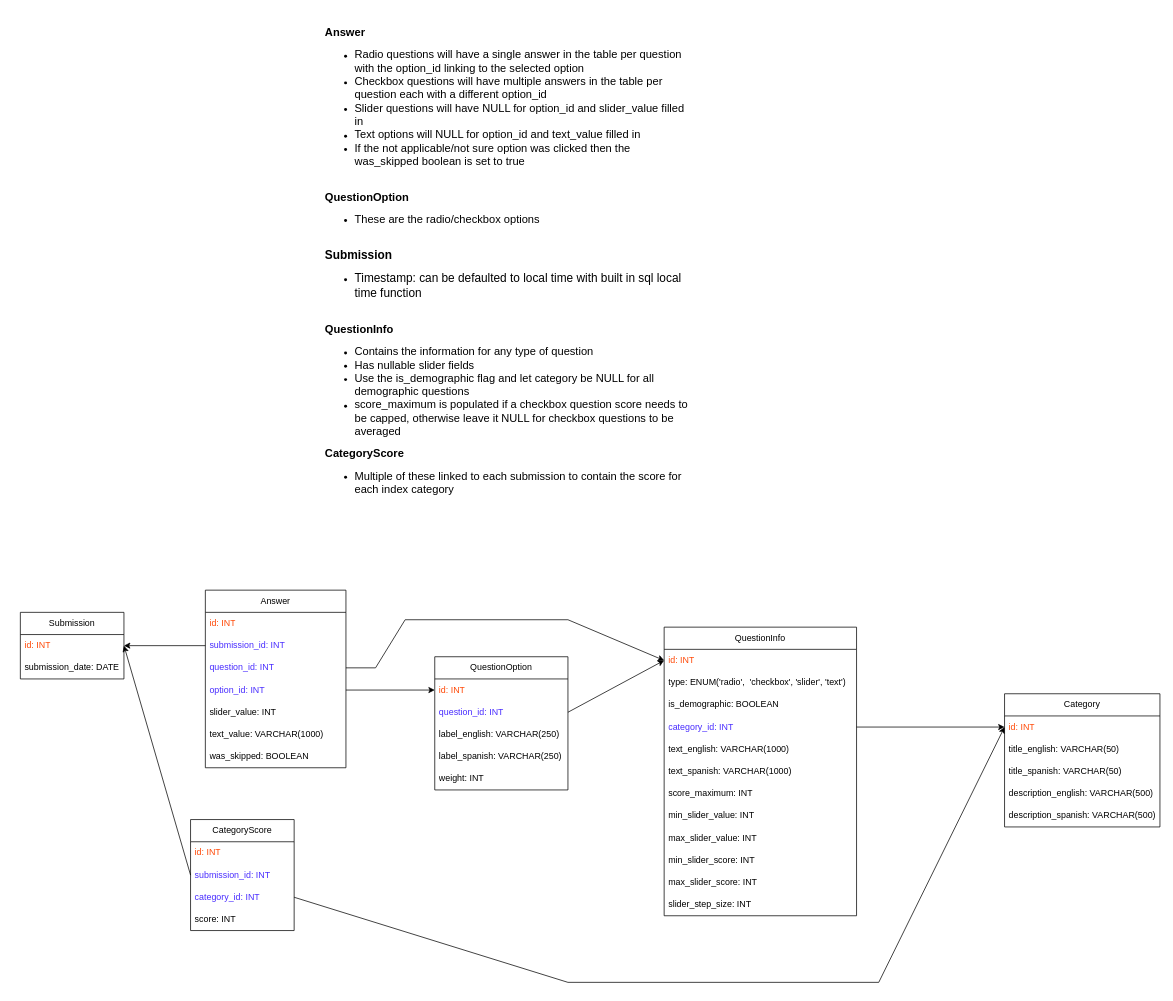
David-Kohorn/WPI-CICR-Sustainability-Evaluation-Tool keeps this draw.io diagram as database_design/CICR_DB_Visual_Diagram.drawio. Above is the earlier version. Source tidied: cells renumbered, new cells numbered last; positions are measured from the earlier drawing's top-left corner, leaving out a move shared by most shapes. Both pictures are drawn from the tidied source at 74%, with x=0, y=0 at pixel (20, 13).
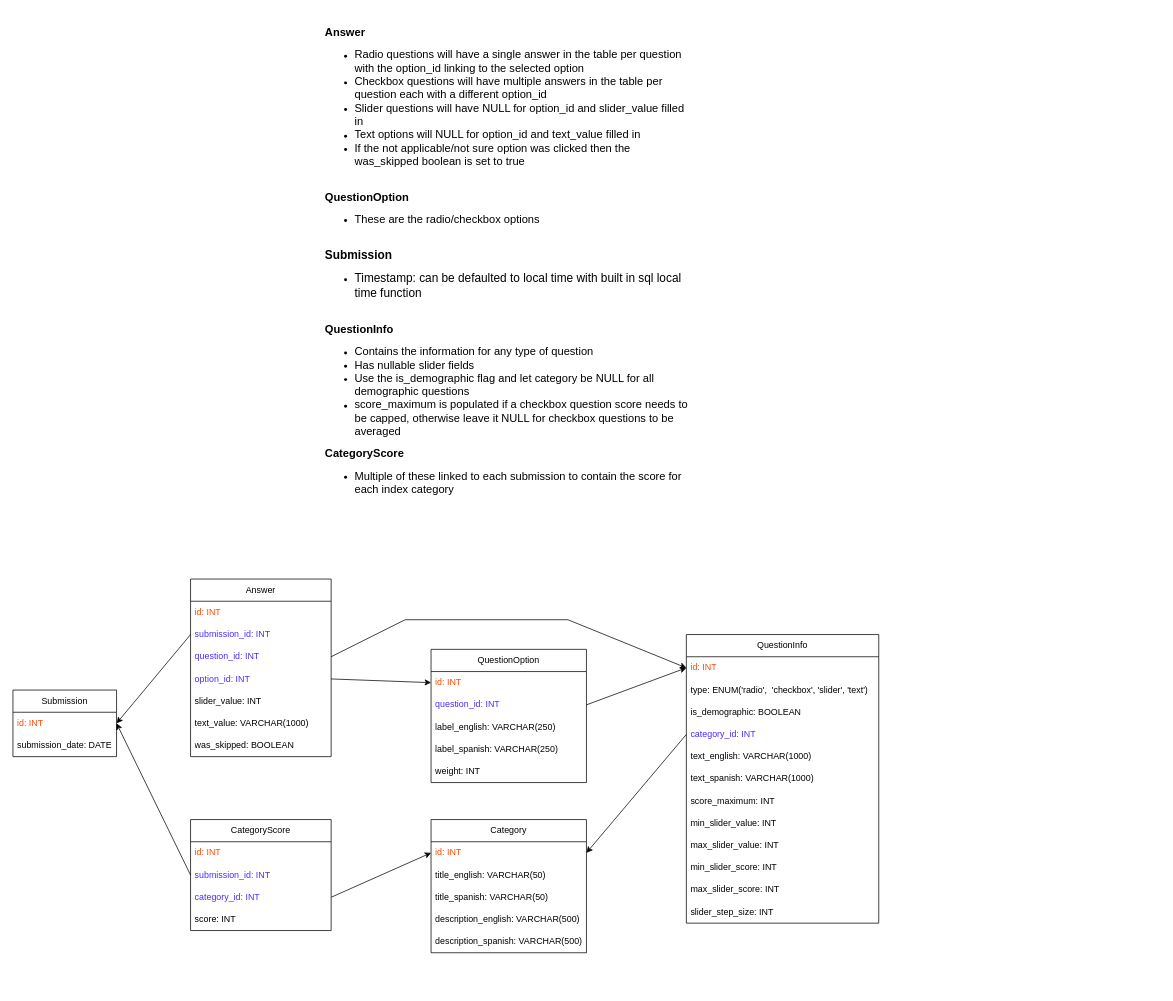
The same page after the edit.

The change refers to these unchanged cells:
```xml
<mxCell id="6" value="id: INT" style="text;strokeColor=none;fillColor=none;align=left;verticalAlign=middle;spacingLeft=4;spacingRight=4;overflow=hidden;points=[[0,0.5],[1,0.5]];portConstraint=eastwest;whiteSpace=wrap;html=1;fontColor=#FF4806;" parent="5" vertex="1">
  <mxGeometry y="30" width="210" height="30" as="geometry" />
</mxCell>
<mxCell id="12" value="id: INT" style="text;strokeColor=none;fillColor=none;align=left;verticalAlign=middle;spacingLeft=4;spacingRight=4;overflow=hidden;points=[[0,0.5],[1,0.5]];portConstraint=eastwest;whiteSpace=wrap;html=1;fontColor=#FF4806;" parent="11" vertex="1">
  <mxGeometry y="30" width="260" height="30" as="geometry" />
</mxCell>
<mxCell id="15" value="category_id: INT" style="text;strokeColor=none;fillColor=none;align=left;verticalAlign=middle;spacingLeft=4;spacingRight=4;overflow=hidden;points=[[0,0.5],[1,0.5]];portConstraint=eastwest;whiteSpace=wrap;html=1;fontColor=#482CFF;" parent="11" vertex="1">
  <mxGeometry y="120" width="260" height="30" as="geometry" />
</mxCell>
<mxCell id="28" value="question_id: INT" style="text;strokeColor=none;fillColor=none;align=left;verticalAlign=middle;spacingLeft=4;spacingRight=4;overflow=hidden;points=[[0,0.5],[1,0.5]];portConstraint=eastwest;whiteSpace=wrap;html=1;fontColor=#482CFF;" parent="25" vertex="1">
  <mxGeometry y="90" width="190" height="30" as="geometry" />
</mxCell>
```

The edit, as a diff of the source:
```diff
@@
     <mxCell id="2" value="Submission" style="swimlane;fontStyle=0;horizontal=1;startSize=30;whiteSpace=wrap;html=1;" parent="1" vertex="1">
-      <mxGeometry y="810" width="140" height="90" as="geometry" />
+      <mxGeometry x="-10" y="915" width="140" height="90" as="geometry" />
     </mxCell>
@@
     <mxCell id="5" value="Category" style="swimlane;fontStyle=0;horizontal=1;startSize=30;whiteSpace=wrap;html=1;" parent="1" vertex="1">
-      <mxGeometry x="1330" y="920" width="210" height="180" as="geometry" />
+      <mxGeometry x="555" y="1090" width="210" height="180" as="geometry" />
     </mxCell>
@@
     <mxCell id="11" value="QuestionInfo" style="swimlane;fontStyle=0;horizontal=1;startSize=30;whiteSpace=wrap;html=1;" parent="1" vertex="1">
-      <mxGeometry x="870" y="830" width="260" height="390" as="geometry" />
+      <mxGeometry x="900" y="840" width="260" height="390" as="geometry" />
     </mxCell>
@@
-    <mxCell id="24" style="endArrow=classic;html=1;rounded=0;entryX=0;entryY=0.5;entryDx=0;entryDy=0;exitX=1;exitY=0.5;exitDx=0;exitDy=0;" parent="1" edge="1" source="15" target="6">
+    <mxCell id="24" style="endArrow=classic;html=1;rounded=0;entryX=1;entryY=0.5;entryDx=0;entryDy=0;exitX=0;exitY=0.5;exitDx=0;exitDy=0;" parent="1" edge="1" source="15" target="6">
       <mxGeometry relative="1" as="geometry" />
     </mxCell>
     <mxCell id="25" value="Answer" style="swimlane;fontStyle=0;horizontal=1;startSize=30;whiteSpace=wrap;html=1;" parent="1" vertex="1">
-      <mxGeometry x="250" y="780" width="190" height="240" as="geometry" />
+      <mxGeometry x="230" y="765" width="190" height="240" as="geometry" />
     </mxCell>
@@
     <mxCell id="33" value="QuestionOption" style="swimlane;fontStyle=0;horizontal=1;startSize=30;whiteSpace=wrap;html=1;" parent="1" vertex="1">
-      <mxGeometry x="560" y="870" width="180" height="180" as="geometry" />
+      <mxGeometry x="555" y="860" width="210" height="180" as="geometry" />
     </mxCell>
     <mxCell id="34" value="id: INT" style="text;strokeColor=none;fillColor=none;align=left;verticalAlign=middle;spacingLeft=4;spacingRight=4;overflow=hidden;points=[[0,0.5],[1,0.5]];portConstraint=eastwest;whiteSpace=wrap;html=1;fontColor=#FF4806;" parent="33" vertex="1">
-      <mxGeometry y="30" width="180" height="30" as="geometry" />
+      <mxGeometry y="30" width="210" height="30" as="geometry" />
     </mxCell>
     <mxCell id="35" value="question_id: INT" style="text;strokeColor=none;fillColor=none;align=left;verticalAlign=middle;spacingLeft=4;spacingRight=4;overflow=hidden;points=[[0,0.5],[1,0.5]];portConstraint=eastwest;whiteSpace=wrap;html=1;fontColor=#482CFF;" parent="33" vertex="1">
-      <mxGeometry y="60" width="180" height="30" as="geometry" />
+      <mxGeometry y="60" width="210" height="30" as="geometry" />
     </mxCell>
     <mxCell id="36" value="label_english: VARCHAR(250)" style="text;strokeColor=none;fillColor=none;align=left;verticalAlign=middle;spacingLeft=4;spacingRight=4;overflow=hidden;whiteSpace=wrap;html=1;" parent="33" vertex="1">
-      <mxGeometry y="90" width="180" height="30" as="geometry" />
+      <mxGeometry y="90" width="210" height="30" as="geometry" />
     </mxCell>
     <mxCell id="37" value="label_spanish: VARCHAR(250)" style="text;strokeColor=none;fillColor=none;align=left;verticalAlign=middle;spacingLeft=4;spacingRight=4;overflow=hidden;whiteSpace=wrap;html=1;" parent="33" vertex="1">
-      <mxGeometry y="120" width="180" height="30" as="geometry" />
+      <mxGeometry y="120" width="210" height="30" as="geometry" />
     </mxCell>
     <mxCell id="38" value="weight: INT" style="text;strokeColor=none;fillColor=none;align=left;verticalAlign=middle;spacingLeft=4;spacingRight=4;overflow=hidden;whiteSpace=wrap;html=1;" parent="33" vertex="1">
-      <mxGeometry y="150" width="180" height="30" as="geometry" />
+      <mxGeometry y="150" width="210" height="30" as="geometry" />
     </mxCell>
@@
     <mxCell id="41" style="endArrow=classic;html=1;rounded=0;exitX=1;exitY=0.5;exitDx=0;exitDy=0;entryX=0;entryY=0.5;entryDx=0;entryDy=0;" parent="1" edge="1" source="28" target="12">
       <mxGeometry relative="1" as="geometry">
         <Array as="points">
-          <mxPoint x="480" y="885" />
           <mxPoint x="520" y="820" />
           <mxPoint x="740" y="820" />
         </Array>
       </mxGeometry>
     </mxCell>
     <mxCell id="42" style="endArrow=classic;html=1;rounded=0;exitX=1;exitY=0.5;exitDx=0;exitDy=0;entryX=0;entryY=0.5;entryDx=0;entryDy=0;" parent="1" edge="1" source="35" target="12">
-      <mxGeometry relative="1" as="geometry">
-        <Array as="points">
-          <mxPoint x="740" y="945" />
-        </Array>
-      </mxGeometry>
+      <mxGeometry relative="1" as="geometry" />
     </mxCell>
@@
     <mxCell id="44" value="CategoryScore" style="swimlane;fontStyle=0;horizontal=1;startSize=30;whiteSpace=wrap;html=1;" parent="1" vertex="1">
-      <mxGeometry x="230" y="1090" width="140" height="150" as="geometry" />
+      <mxGeometry x="230" y="1090" width="190" height="150" as="geometry" />
     </mxCell>
     <mxCell id="45" value="id: INT" style="text;strokeColor=none;fillColor=none;align=left;verticalAlign=middle;spacingLeft=4;spacingRight=4;overflow=hidden;whiteSpace=wrap;html=1;fontColor=#FF4806;" parent="44" vertex="1">
-      <mxGeometry y="30" width="140" height="30" as="geometry" />
+      <mxGeometry y="30" width="190" height="30" as="geometry" />
     </mxCell>
     <mxCell id="46" value="submission_id: INT" style="text;strokeColor=none;fillColor=none;align=left;verticalAlign=middle;spacingLeft=4;spacingRight=4;overflow=hidden;points=[[0,0.5],[1,0.5]];portConstraint=eastwest;whiteSpace=wrap;html=1;fontColor=#482CFF;" parent="44" vertex="1">
-      <mxGeometry y="60" width="140" height="30" as="geometry" />
+      <mxGeometry y="60" width="190" height="30" as="geometry" />
     </mxCell>
     <mxCell id="47" value="category_id: INT" style="text;strokeColor=none;fillColor=none;align=left;verticalAlign=middle;spacingLeft=4;spacingRight=4;overflow=hidden;points=[[0,0.5],[1,0.5]];portConstraint=eastwest;whiteSpace=wrap;html=1;fontColor=#482CFF;" parent="44" vertex="1">
-      <mxGeometry y="90" width="140" height="30" as="geometry" />
+      <mxGeometry y="90" width="190" height="30" as="geometry" />
     </mxCell>
     <mxCell id="48" value="score: INT&amp;nbsp;" style="text;strokeColor=none;fillColor=none;align=left;verticalAlign=middle;spacingLeft=4;spacingRight=4;overflow=hidden;whiteSpace=wrap;html=1;" parent="44" vertex="1">
-      <mxGeometry y="120" width="140" height="30" as="geometry" />
+      <mxGeometry y="120" width="190" height="30" as="geometry" />
     </mxCell>
@@
     <mxCell id="50" style="endArrow=classic;html=1;rounded=0;exitX=1;exitY=0.5;exitDx=0;exitDy=0;entryX=0;entryY=0.5;entryDx=0;entryDy=0;" parent="1" edge="1" source="47" target="6">
-      <mxGeometry relative="1" as="geometry">
-        <Array as="points">
-          <mxPoint x="740" y="1310" />
-          <mxPoint x="1160" y="1310" />
-        </Array>
-      </mxGeometry>
+      <mxGeometry relative="1" as="geometry" />
     </mxCell>
```
